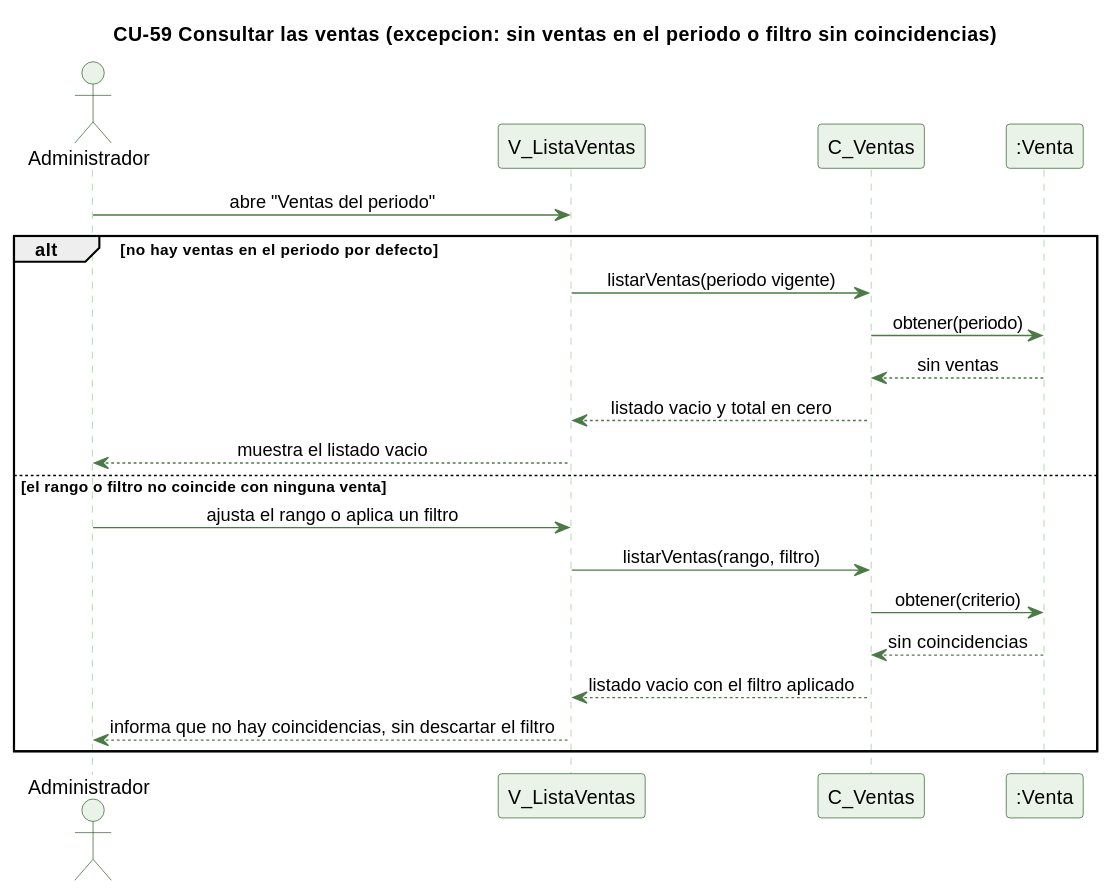
kenjikaese/Triverde keeps this PlantUML diagram as docs/trabajo-grupal/diagramas/secuencias/cu59-consultar-ventas-excepcion.svg. Above is the earlier version. Source of this version:
```plantuml
@startuml
skinparam backgroundColor #FFFFFF
skinparam shadowing false
skinparam defaultFontName Helvetica
skinparam sequenceMessageAlign center
skinparam ParticipantBackgroundColor #EAF3E7
skinparam ParticipantBorderColor #2E5E2A
skinparam ActorBackgroundColor #EAF3E7
skinparam ActorBorderColor #2E5E2A
skinparam sequenceLifeLineBorderColor #9CC49A
skinparam ArrowColor #4B7A46

title CU-59 Consultar las ventas (excepcion: sin ventas en el periodo o filtro sin coincidencias)

actor Administrador
participant "V_ListaVentas" as V
participant "C_Ventas" as C
participant ":Venta" as VT

Administrador -> V : abre "Ventas del periodo"
alt no hay ventas en el periodo por defecto
  V -> C : listarVentas(periodo vigente)
  C -> VT : obtener(periodo)
  VT --> C : sin ventas
  C --> V : listado vacio y total en cero
  V --> Administrador : muestra el listado vacio
else el rango o filtro no coincide con ninguna venta
  Administrador -> V : ajusta el rango o aplica un filtro
  V -> C : listarVentas(rango, filtro)
  C -> VT : obtener(criterio)
  VT --> C : sin coincidencias
  C --> V : listado vacio con el filtro aplicado
  V --> Administrador : informa que no hay coincidencias, sin descartar el filtro
end
@enduml
```
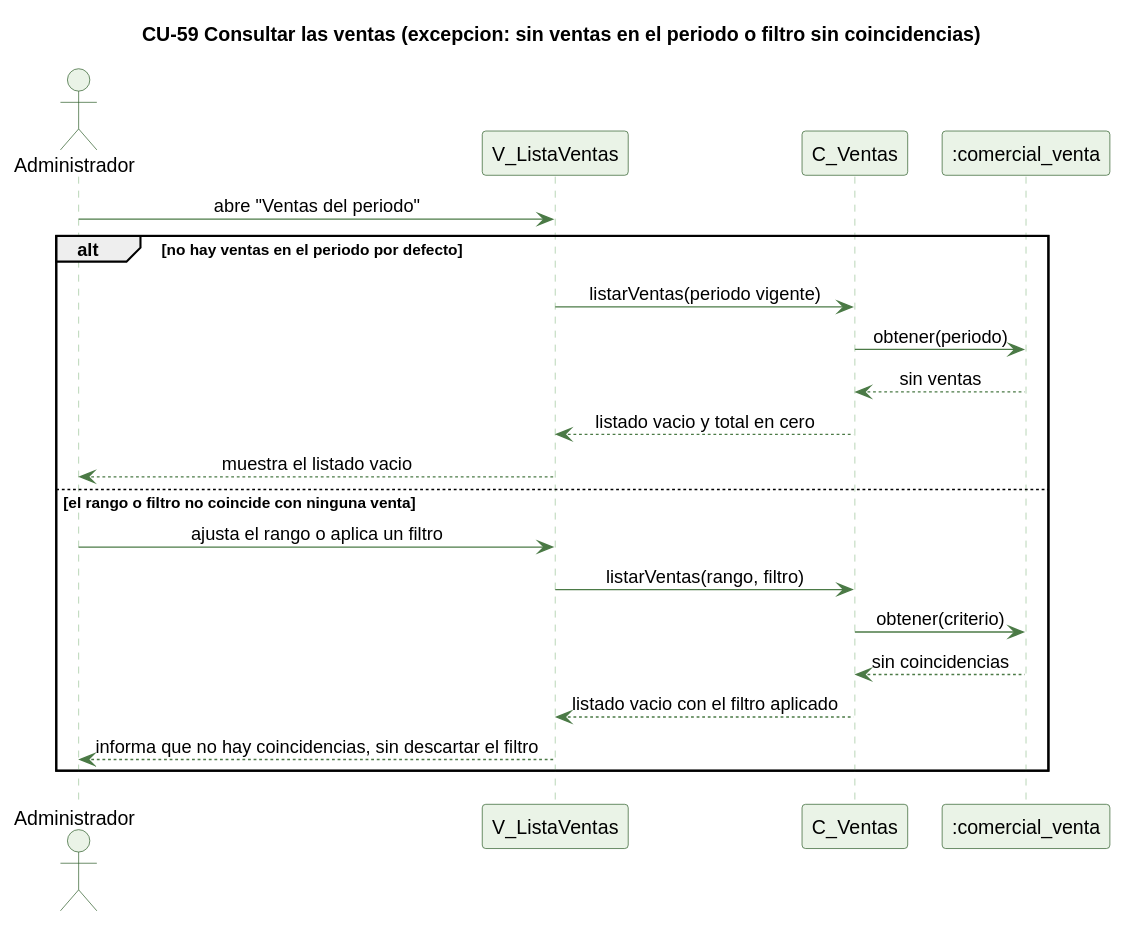
The same file after the commit.

What changed in the source:
```diff
@@ -15,7 +15,7 @@
 actor Administrador
 participant "V_ListaVentas" as V
 participant "C_Ventas" as C
-participant ":Venta" as VT
+participant ":comercial_venta" as VT
 
 Administrador -> V : abre "Ventas del periodo"
 alt no hay ventas en el periodo por defecto
```
